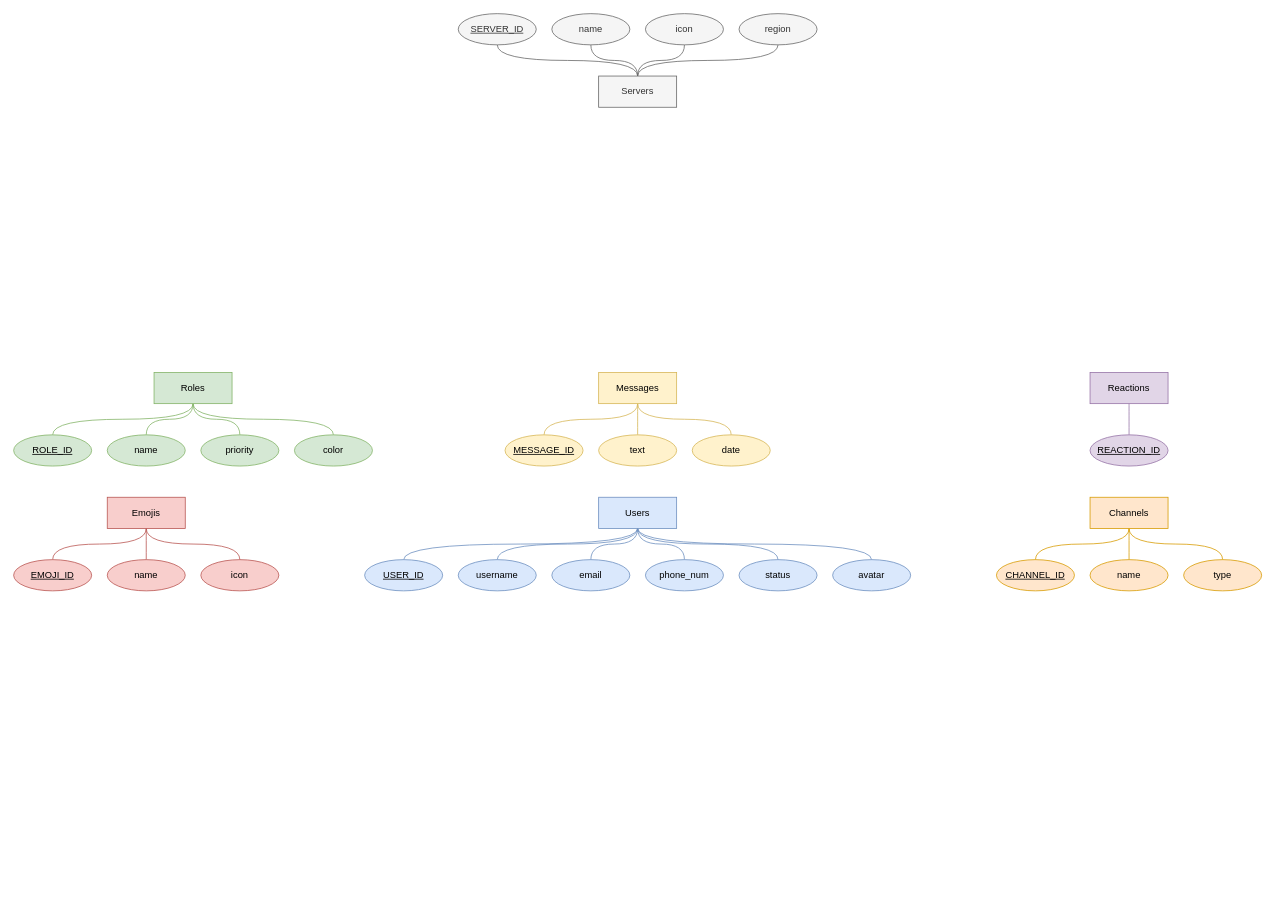
Above: diagrams/Discord_ER.drawio in Mruzik1/Database-Application (draw.io), before the change. Source tidied: cells renumbered, new cells numbered last; positions are measured from the earlier drawing's top-left corner, leaving out a move shared by most shapes. Both pictures are drawn from the tidied source at 78%, with x=0, y=0 at pixel (13, 13).
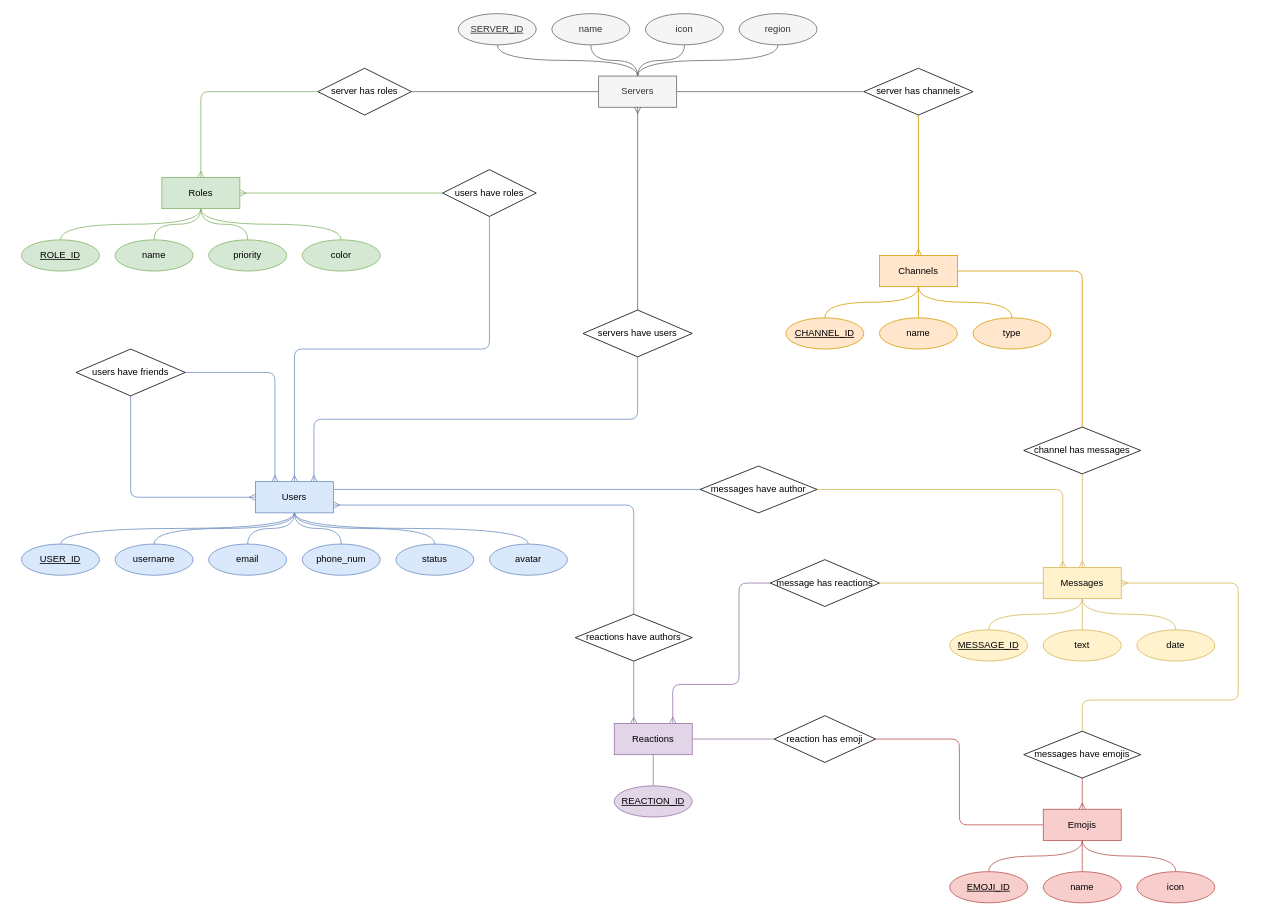
Above is the later version.

Commit message:
added relationships between entities

The change refers to these unchanged cells:
```xml
<mxCell id="14" value="Servers" style="whiteSpace=wrap;html=1;align=center;fillColor=#f5f5f5;fontColor=#333333;strokeColor=#666666;" parent="1" vertex="1">
  <mxGeometry x="750" y="80" width="100" height="40" as="geometry" />
</mxCell>
```

Change to the diagram source:
```diff
@@
+    <mxCell id="57" style="edgeStyle=orthogonalEdgeStyle;rounded=1;jettySize=auto;html=1;entryX=0.5;entryY=1;entryDx=0;entryDy=0;fillColor=#f8cecc;strokeColor=#b85450;endArrow=none;endFill=0;startArrow=ERmany;startFill=0;" parent="1" edge="1" source="5" target="83">
+      <mxGeometry relative="1" as="geometry" />
+    </mxCell>
     <mxCell id="5" value="Emojis" style="whiteSpace=wrap;html=1;align=center;fillColor=#f8cecc;strokeColor=#b85450;" parent="1" vertex="1">
-      <mxGeometry x="120" y="620" width="100" height="40" as="geometry" />
+      <mxGeometry x="1320" y="1020" width="100" height="40" as="geometry" />
     </mxCell>
@@
     <mxCell id="9" value="Channels" style="whiteSpace=wrap;html=1;align=center;fillColor=#ffe6cc;strokeColor=#d79b00;" parent="1" vertex="1">
-      <mxGeometry x="1380" y="620" width="100" height="40" as="geometry" />
+      <mxGeometry x="1110" y="310" width="100" height="40" as="geometry" />
     </mxCell>
@@
+    <mxCell id="58" style="edgeStyle=orthogonalEdgeStyle;rounded=0;jettySize=auto;html=1;entryX=1;entryY=0.5;entryDx=0;entryDy=0;fillColor=#f5f5f5;strokeColor=#666666;endArrow=none;endFill=0;" parent="1" edge="1" source="14" target="78">
+      <mxGeometry relative="1" as="geometry" />
+    </mxCell>
@@
     <mxCell id="18" value="Messages" style="whiteSpace=wrap;html=1;align=center;fillColor=#fff2cc;strokeColor=#d6b656;" parent="1" vertex="1">
-      <mxGeometry x="750" y="460" width="100" height="40" as="geometry" />
+      <mxGeometry x="1320" y="710" width="100" height="40" as="geometry" />
     </mxCell>
@@
+    <mxCell id="59" style="edgeStyle=orthogonalEdgeStyle;rounded=1;jettySize=auto;html=1;exitX=0.25;exitY=0;exitDx=0;exitDy=0;entryX=1;entryY=0.5;entryDx=0;entryDy=0;endArrow=none;endFill=0;fillColor=#dae8fc;strokeColor=#6c8ebf;startArrow=ERmany;startFill=0;" parent="1" edge="1" source="25" target="68">
+      <mxGeometry relative="1" as="geometry">
+        <Array as="points">
+          <mxPoint x="335" y="460" />
+        </Array>
+      </mxGeometry>
+    </mxCell>
+    <mxCell id="60" style="edgeStyle=orthogonalEdgeStyle;rounded=1;jettySize=auto;html=1;entryX=0.5;entryY=1;entryDx=0;entryDy=0;endArrow=none;endFill=0;startArrow=ERmany;startFill=0;fillColor=#dae8fc;strokeColor=#6c8ebf;exitX=0.75;exitY=0;exitDx=0;exitDy=0;" parent="1" edge="1" source="25" target="70">
+      <mxGeometry relative="1" as="geometry">
+        <Array as="points">
+          <mxPoint x="385" y="520" />
+          <mxPoint x="800" y="520" />
+        </Array>
+      </mxGeometry>
+    </mxCell>
+    <mxCell id="61" style="edgeStyle=orthogonalEdgeStyle;rounded=1;jettySize=auto;html=1;entryX=0.5;entryY=1;entryDx=0;entryDy=0;endArrow=none;endFill=0;startArrow=ERmany;startFill=0;fillColor=#dae8fc;strokeColor=#6c8ebf;" parent="1" edge="1" source="25" target="79">
+      <mxGeometry relative="1" as="geometry">
+        <Array as="points">
+          <mxPoint x="360" y="430" />
+          <mxPoint x="610" y="430" />
+        </Array>
+      </mxGeometry>
+    </mxCell>
+    <mxCell id="62" style="edgeStyle=orthogonalEdgeStyle;rounded=0;jettySize=auto;html=1;entryX=0;entryY=0.5;entryDx=0;entryDy=0;endArrow=none;endFill=0;fillColor=#dae8fc;strokeColor=#6c8ebf;exitX=1;exitY=0.25;exitDx=0;exitDy=0;" parent="1" edge="1" source="25" target="81">
+      <mxGeometry relative="1" as="geometry">
+        <Array as="points">
+          <mxPoint x="880" y="610" />
+        </Array>
+      </mxGeometry>
+    </mxCell>
     <mxCell id="25" value="Users" style="whiteSpace=wrap;html=1;align=center;fillColor=#dae8fc;strokeColor=#6c8ebf;" parent="1" vertex="1">
-      <mxGeometry x="750" y="620" width="100" height="40" as="geometry" />
+      <mxGeometry x="310" y="600" width="100" height="40" as="geometry" />
     </mxCell>
@@
+    <mxCell id="63" style="edgeStyle=orthogonalEdgeStyle;rounded=0;jettySize=auto;html=1;entryX=0;entryY=0.5;entryDx=0;entryDy=0;endArrow=none;endFill=0;startArrow=ERmany;startFill=0;fillColor=#d5e8d4;strokeColor=#82b366;" parent="1" edge="1" source="30" target="79">
+      <mxGeometry relative="1" as="geometry" />
+    </mxCell>
     <mxCell id="30" value="Roles" style="whiteSpace=wrap;html=1;align=center;fillColor=#d5e8d4;strokeColor=#82b366;" parent="1" vertex="1">
-      <mxGeometry x="180" y="460" width="100" height="40" as="geometry" />
+      <mxGeometry x="190" y="210" width="100" height="40" as="geometry" />
     </mxCell>
@@
     <mxCell id="35" value="USER_ID" style="ellipse;whiteSpace=wrap;html=1;align=center;fontStyle=4;fillColor=#dae8fc;strokeColor=#6c8ebf;" parent="1" vertex="1">
-      <mxGeometry x="450" y="700" width="100" height="40" as="geometry" />
+      <mxGeometry x="10" y="680" width="100" height="40" as="geometry" />
     </mxCell>
     <mxCell id="36" value="avatar" style="ellipse;whiteSpace=wrap;html=1;align=center;fillColor=#dae8fc;strokeColor=#6c8ebf;" parent="1" vertex="1">
-      <mxGeometry x="1050" y="700" width="100" height="40" as="geometry" />
+      <mxGeometry x="610" y="680" width="100" height="40" as="geometry" />
     </mxCell>
     <mxCell id="37" value="username" style="ellipse;whiteSpace=wrap;html=1;align=center;fillColor=#dae8fc;strokeColor=#6c8ebf;" parent="1" vertex="1">
-      <mxGeometry x="570" y="700" width="100" height="40" as="geometry" />
+      <mxGeometry x="130" y="680" width="100" height="40" as="geometry" />
     </mxCell>
     <mxCell id="38" value="status" style="ellipse;whiteSpace=wrap;html=1;align=center;fillColor=#dae8fc;strokeColor=#6c8ebf;" parent="1" vertex="1">
-      <mxGeometry x="930" y="700" width="100" height="40" as="geometry" />
+      <mxGeometry x="490" y="680" width="100" height="40" as="geometry" />
     </mxCell>
     <mxCell id="39" value="email" style="ellipse;whiteSpace=wrap;html=1;align=center;fillColor=#dae8fc;strokeColor=#6c8ebf;" parent="1" vertex="1">
-      <mxGeometry x="690" y="700" width="100" height="40" as="geometry" />
+      <mxGeometry x="250" y="680" width="100" height="40" as="geometry" />
     </mxCell>
     <mxCell id="40" value="phone_num" style="ellipse;whiteSpace=wrap;html=1;align=center;fillColor=#dae8fc;strokeColor=#6c8ebf;" parent="1" vertex="1">
-      <mxGeometry x="810" y="700" width="100" height="40" as="geometry" />
+      <mxGeometry x="370" y="680" width="100" height="40" as="geometry" />
     </mxCell>
     <mxCell id="41" value="EMOJI_ID" style="ellipse;whiteSpace=wrap;html=1;align=center;fontStyle=4;fillColor=#f8cecc;strokeColor=#b85450;" parent="1" vertex="1">
-      <mxGeometry y="700" width="100" height="40" as="geometry" />
+      <mxGeometry x="1200" y="1100" width="100" height="40" as="geometry" />
     </mxCell>
     <mxCell id="42" value="icon" style="ellipse;whiteSpace=wrap;html=1;align=center;fillColor=#f8cecc;strokeColor=#b85450;" parent="1" vertex="1">
-      <mxGeometry x="240" y="700" width="100" height="40" as="geometry" />
+      <mxGeometry x="1440" y="1100" width="100" height="40" as="geometry" />
     </mxCell>
     <mxCell id="43" value="name" style="ellipse;whiteSpace=wrap;html=1;align=center;fillColor=#f8cecc;strokeColor=#b85450;" parent="1" vertex="1">
-      <mxGeometry x="120" y="700" width="100" height="40" as="geometry" />
+      <mxGeometry x="1320" y="1100" width="100" height="40" as="geometry" />
     </mxCell>
     <mxCell id="44" value="name" style="ellipse;whiteSpace=wrap;html=1;align=center;fillColor=#d5e8d4;strokeColor=#82b366;" parent="1" vertex="1">
-      <mxGeometry x="120" y="540" width="100" height="40" as="geometry" />
+      <mxGeometry x="130" y="290" width="100" height="40" as="geometry" />
     </mxCell>
     <mxCell id="45" value="ROLE_ID" style="ellipse;whiteSpace=wrap;html=1;align=center;fontStyle=4;fillColor=#d5e8d4;strokeColor=#82b366;" parent="1" vertex="1">
-      <mxGeometry y="540" width="100" height="40" as="geometry" />
+      <mxGeometry x="10" y="290" width="100" height="40" as="geometry" />
     </mxCell>
     <mxCell id="46" value="color" style="ellipse;whiteSpace=wrap;html=1;align=center;fillColor=#d5e8d4;strokeColor=#82b366;" parent="1" vertex="1">
-      <mxGeometry x="360" y="540" width="100" height="40" as="geometry" />
+      <mxGeometry x="370" y="290" width="100" height="40" as="geometry" />
     </mxCell>
     <mxCell id="47" value="priority" style="ellipse;whiteSpace=wrap;html=1;align=center;fillColor=#d5e8d4;strokeColor=#82b366;" parent="1" vertex="1">
-      <mxGeometry x="240" y="540" width="100" height="40" as="geometry" />
+      <mxGeometry x="250" y="290" width="100" height="40" as="geometry" />
     </mxCell>
     <mxCell id="48" value="CHANNEL_ID" style="ellipse;whiteSpace=wrap;html=1;align=center;fontStyle=4;fillColor=#ffe6cc;strokeColor=#d79b00;" parent="1" vertex="1">
-      <mxGeometry x="1260" y="700" width="100" height="40" as="geometry" />
+      <mxGeometry x="990" y="390" width="100" height="40" as="geometry" />
     </mxCell>
     <mxCell id="49" value="type" style="ellipse;whiteSpace=wrap;html=1;align=center;fillColor=#ffe6cc;strokeColor=#d79b00;" parent="1" vertex="1">
-      <mxGeometry x="1500" y="700" width="100" height="40" as="geometry" />
+      <mxGeometry x="1230" y="390" width="100" height="40" as="geometry" />
     </mxCell>
     <mxCell id="50" value="name" style="ellipse;whiteSpace=wrap;html=1;align=center;fillColor=#ffe6cc;strokeColor=#d79b00;" parent="1" vertex="1">
-      <mxGeometry x="1380" y="700" width="100" height="40" as="geometry" />
+      <mxGeometry x="1110" y="390" width="100" height="40" as="geometry" />
     </mxCell>
@@
+    <mxCell id="64" style="edgeStyle=orthogonalEdgeStyle;rounded=0;jettySize=auto;html=1;entryX=0;entryY=0.5;entryDx=0;entryDy=0;fillColor=#e1d5e7;strokeColor=#9673a6;endArrow=none;endFill=0;" parent="1" edge="1" source="52" target="85">
+      <mxGeometry relative="1" as="geometry" />
+    </mxCell>
+    <mxCell id="65" style="edgeStyle=orthogonalEdgeStyle;rounded=0;jettySize=auto;html=1;entryX=0.5;entryY=1;entryDx=0;entryDy=0;endArrow=none;endFill=0;startArrow=ERmany;startFill=0;fillColor=#e1d5e7;strokeColor=#9673a6;exitX=0.25;exitY=0;exitDx=0;exitDy=0;" parent="1" edge="1" source="52" target="87">
+      <mxGeometry relative="1" as="geometry" />
+    </mxCell>
+    <mxCell id="66" style="edgeStyle=orthogonalEdgeStyle;rounded=1;jettySize=auto;html=1;entryX=0;entryY=0.5;entryDx=0;entryDy=0;exitX=0.75;exitY=0;exitDx=0;exitDy=0;endArrow=none;endFill=0;fillColor=#e1d5e7;strokeColor=#9673a6;startArrow=ERmany;startFill=0;" parent="1" edge="1" source="52" target="89">
+      <mxGeometry relative="1" as="geometry">
+        <Array as="points">
+          <mxPoint x="845" y="860" />
+          <mxPoint x="930" y="860" />
+          <mxPoint x="930" y="730" />
+        </Array>
+      </mxGeometry>
+    </mxCell>
     <mxCell id="52" value="Reactions" style="whiteSpace=wrap;html=1;align=center;fillColor=#e1d5e7;strokeColor=#9673a6;" parent="1" vertex="1">
-      <mxGeometry x="1380" y="460" width="100" height="40" as="geometry" />
+      <mxGeometry x="770" y="910" width="100" height="40" as="geometry" />
     </mxCell>
     <mxCell id="53" value="text" style="ellipse;whiteSpace=wrap;html=1;align=center;fillColor=#fff2cc;strokeColor=#d6b656;" parent="1" vertex="1">
-      <mxGeometry x="750" y="540" width="100" height="40" as="geometry" />
+      <mxGeometry x="1320" y="790" width="100" height="40" as="geometry" />
     </mxCell>
     <mxCell id="54" value="MESSAGE_ID" style="ellipse;whiteSpace=wrap;html=1;align=center;fontStyle=4;fillColor=#fff2cc;strokeColor=#d6b656;" parent="1" vertex="1">
-      <mxGeometry x="630" y="540" width="100" height="40" as="geometry" />
+      <mxGeometry x="1200" y="790" width="100" height="40" as="geometry" />
     </mxCell>
     <mxCell id="55" value="date" style="ellipse;whiteSpace=wrap;html=1;align=center;fillColor=#fff2cc;strokeColor=#d6b656;" parent="1" vertex="1">
-      <mxGeometry x="870" y="540" width="100" height="40" as="geometry" />
+      <mxGeometry x="1440" y="790" width="100" height="40" as="geometry" />
     </mxCell>
     <mxCell id="56" value="REACTION_ID" style="ellipse;whiteSpace=wrap;html=1;align=center;fontStyle=4;fillColor=#e1d5e7;strokeColor=#9673a6;" parent="1" vertex="1">
-      <mxGeometry x="1380" y="540" width="100" height="40" as="geometry" />
+      <mxGeometry x="770" y="990" width="100" height="40" as="geometry" />
     </mxCell>
+    <mxCell id="67" style="edgeStyle=orthogonalEdgeStyle;rounded=1;jettySize=auto;html=1;endArrow=ERmany;endFill=0;fillColor=#dae8fc;strokeColor=#6c8ebf;entryX=0;entryY=0.5;entryDx=0;entryDy=0;" parent="1" edge="1" source="68" target="25">
+      <mxGeometry relative="1" as="geometry">
+        <Array as="points">
+          <mxPoint x="150" y="620" />
+        </Array>
+      </mxGeometry>
+    </mxCell>
+    <mxCell id="68" value="users have friends" style="shape=rhombus;perimeter=rhombusPerimeter;whiteSpace=wrap;html=1;align=center;" parent="1" vertex="1">
+      <mxGeometry x="80" y="430" width="140" height="60" as="geometry" />
+    </mxCell>
+    <mxCell id="69" style="edgeStyle=orthogonalEdgeStyle;rounded=0;jettySize=auto;html=1;entryX=0.5;entryY=1;entryDx=0;entryDy=0;endArrow=ERmany;endFill=0;fillColor=#f5f5f5;strokeColor=#666666;" parent="1" edge="1" source="70" target="14">
+      <mxGeometry relative="1" as="geometry" />
+    </mxCell>
+    <mxCell id="70" value="servers have users" style="shape=rhombus;perimeter=rhombusPerimeter;whiteSpace=wrap;html=1;align=center;" parent="1" vertex="1">
+      <mxGeometry x="730" y="380" width="140" height="60" as="geometry" />
+    </mxCell>
+    <mxCell id="71" style="edgeStyle=orthogonalEdgeStyle;rounded=1;jettySize=auto;html=1;entryX=0.5;entryY=0;entryDx=0;entryDy=0;fillColor=#ffe6cc;strokeColor=#d79b00;endArrow=ERmany;endFill=0;" parent="1" edge="1" source="73" target="9">
+      <mxGeometry relative="1" as="geometry" />
+    </mxCell>
+    <mxCell id="72" style="edgeStyle=orthogonalEdgeStyle;rounded=0;jettySize=auto;html=1;entryX=1;entryY=0.5;entryDx=0;entryDy=0;fillColor=#f5f5f5;strokeColor=#666666;endArrow=none;endFill=0;" parent="1" edge="1" source="73" target="14">
+      <mxGeometry relative="1" as="geometry" />
+    </mxCell>
+    <mxCell id="73" value="server has channels" style="shape=rhombus;perimeter=rhombusPerimeter;whiteSpace=wrap;html=1;align=center;" parent="1" vertex="1">
+      <mxGeometry x="1090" y="70" width="140" height="60" as="geometry" />
+    </mxCell>
+    <mxCell id="74" style="edgeStyle=orthogonalEdgeStyle;rounded=0;jettySize=auto;html=1;entryX=0.5;entryY=0;entryDx=0;entryDy=0;fillColor=#fff2cc;strokeColor=#d6b656;endArrow=ERmany;endFill=0;" parent="1" edge="1" source="76" target="18">
+      <mxGeometry relative="1" as="geometry" />
+    </mxCell>
+    <mxCell id="75" style="edgeStyle=orthogonalEdgeStyle;rounded=1;jettySize=auto;html=1;entryX=1;entryY=0.5;entryDx=0;entryDy=0;endArrow=none;endFill=0;fillColor=#ffe6cc;strokeColor=#d79b00;" parent="1" edge="1" source="76" target="9">
+      <mxGeometry relative="1" as="geometry">
+        <Array as="points">
+          <mxPoint x="1370" y="330" />
+        </Array>
+      </mxGeometry>
+    </mxCell>
+    <mxCell id="76" value="channel has messages" style="shape=rhombus;perimeter=rhombusPerimeter;whiteSpace=wrap;html=1;align=center;" parent="1" vertex="1">
+      <mxGeometry x="1295" y="530" width="150" height="60" as="geometry" />
+    </mxCell>
+    <mxCell id="77" style="edgeStyle=orthogonalEdgeStyle;rounded=1;jettySize=auto;html=1;entryX=0.5;entryY=0;entryDx=0;entryDy=0;fillColor=#d5e8d4;strokeColor=#82b366;endArrow=ERmany;endFill=0;" parent="1" edge="1" source="78" target="30">
+      <mxGeometry relative="1" as="geometry" />
+    </mxCell>
+    <mxCell id="78" value="server has roles" style="shape=rhombus;perimeter=rhombusPerimeter;whiteSpace=wrap;html=1;align=center;" parent="1" vertex="1">
+      <mxGeometry x="390" y="70" width="120" height="60" as="geometry" />
+    </mxCell>
+    <mxCell id="79" value="users have roles" style="shape=rhombus;perimeter=rhombusPerimeter;whiteSpace=wrap;html=1;align=center;" parent="1" vertex="1">
+      <mxGeometry x="550" y="200" width="120" height="60" as="geometry" />
+    </mxCell>
+    <mxCell id="80" style="edgeStyle=orthogonalEdgeStyle;rounded=1;jettySize=auto;html=1;entryX=0.25;entryY=0;entryDx=0;entryDy=0;fillColor=#fff2cc;strokeColor=#d6b656;endArrow=ERmany;endFill=0;" parent="1" edge="1" source="81" target="18">
+      <mxGeometry relative="1" as="geometry" />
+    </mxCell>
+    <mxCell id="81" value="messages have author" style="shape=rhombus;perimeter=rhombusPerimeter;whiteSpace=wrap;html=1;align=center;" parent="1" vertex="1">
+      <mxGeometry x="880" y="580" width="150" height="60" as="geometry" />
+    </mxCell>
+    <mxCell id="82" style="edgeStyle=orthogonalEdgeStyle;rounded=1;jettySize=auto;html=1;entryX=1;entryY=0.5;entryDx=0;entryDy=0;fillColor=#fff2cc;strokeColor=#d6b656;endArrow=ERmany;endFill=0;" parent="1" edge="1" source="83" target="18">
+      <mxGeometry relative="1" as="geometry">
+        <Array as="points">
+          <mxPoint x="1370" y="880" />
+          <mxPoint x="1570" y="880" />
+          <mxPoint x="1570" y="730" />
+        </Array>
+      </mxGeometry>
+    </mxCell>
+    <mxCell id="83" value="messages have emojis" style="shape=rhombus;perimeter=rhombusPerimeter;whiteSpace=wrap;html=1;align=center;" parent="1" vertex="1">
+      <mxGeometry x="1295" y="920" width="150" height="60" as="geometry" />
+    </mxCell>
+    <mxCell id="84" style="edgeStyle=orthogonalEdgeStyle;rounded=1;jettySize=auto;html=1;entryX=0;entryY=0.5;entryDx=0;entryDy=0;endArrow=none;endFill=0;fillColor=#f8cecc;strokeColor=#b85450;" parent="1" edge="1" source="85" target="5">
+      <mxGeometry relative="1" as="geometry" />
+    </mxCell>
+    <mxCell id="85" value="reaction has emoji" style="shape=rhombus;perimeter=rhombusPerimeter;whiteSpace=wrap;html=1;align=center;" parent="1" vertex="1">
+      <mxGeometry x="975" y="900" width="130" height="60" as="geometry" />
+    </mxCell>
+    <mxCell id="86" style="edgeStyle=orthogonalEdgeStyle;rounded=1;jettySize=auto;html=1;entryX=1;entryY=0.75;entryDx=0;entryDy=0;fillColor=#dae8fc;strokeColor=#6c8ebf;endArrow=ERmany;endFill=0;" parent="1" edge="1" source="87" target="25">
+      <mxGeometry relative="1" as="geometry">
+        <Array as="points">
+          <mxPoint x="795" y="630" />
+        </Array>
+      </mxGeometry>
+    </mxCell>
+    <mxCell id="87" value="reactions have authors" style="shape=rhombus;perimeter=rhombusPerimeter;whiteSpace=wrap;html=1;align=center;" parent="1" vertex="1">
+      <mxGeometry x="720" y="770" width="150" height="60" as="geometry" />
+    </mxCell>
+    <mxCell id="88" style="edgeStyle=orthogonalEdgeStyle;rounded=0;jettySize=auto;html=1;entryX=0;entryY=0.5;entryDx=0;entryDy=0;endArrow=none;endFill=0;fillColor=#fff2cc;strokeColor=#d6b656;" parent="1" edge="1" source="89" target="18">
+      <mxGeometry relative="1" as="geometry" />
+    </mxCell>
+    <mxCell id="89" value="message has reactions" style="shape=rhombus;perimeter=rhombusPerimeter;whiteSpace=wrap;html=1;align=center;" parent="1" vertex="1">
+      <mxGeometry x="970" y="700" width="140" height="60" as="geometry" />
+    </mxCell>
```
